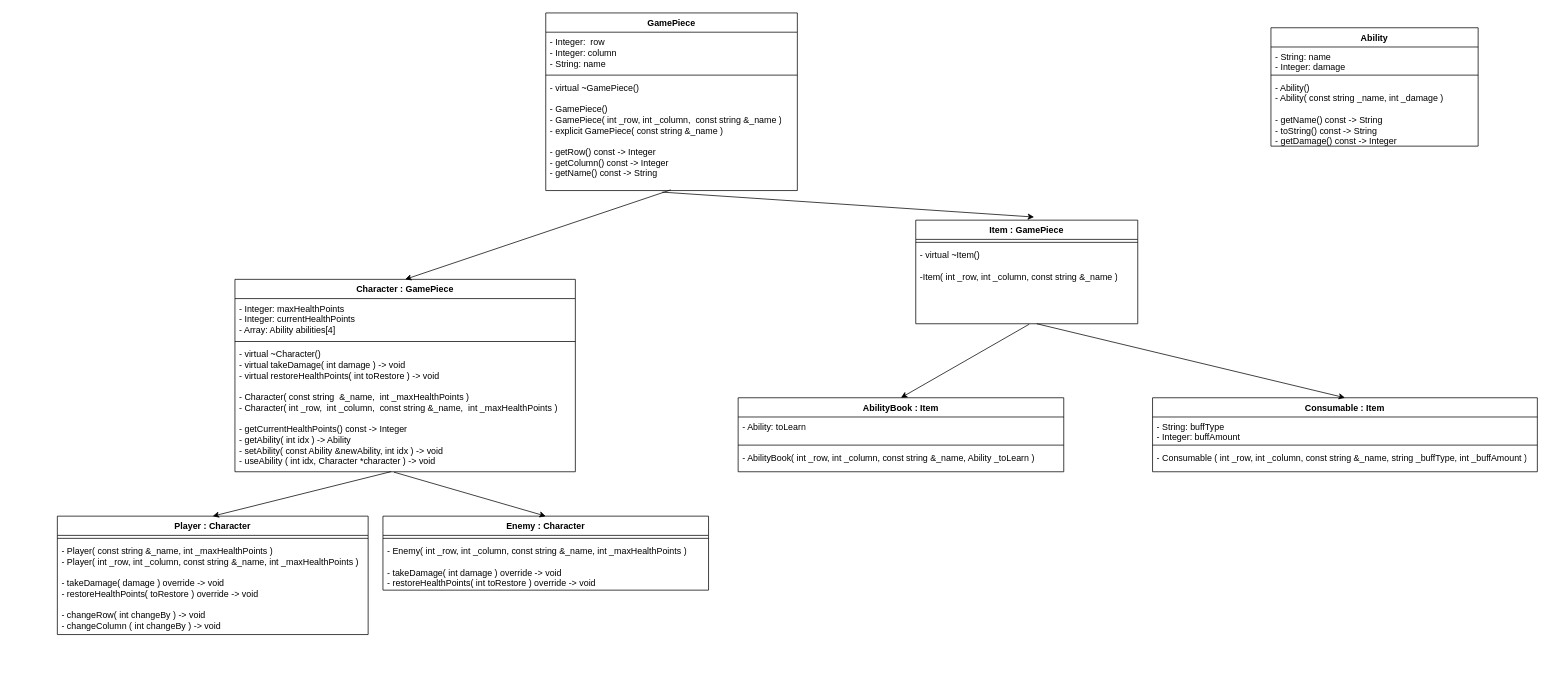
Earlier version of the draw.io diagram cli_game.drawio (klovelace21/cli_game). Source tidied: cells renumbered, new cells numbered last; positions are measured from the earlier drawing's top-left corner, leaving out a move shared by most shapes. Both pictures are drawn from the tidied source at 74%, with x=0, y=0 at pixel (57, 13).
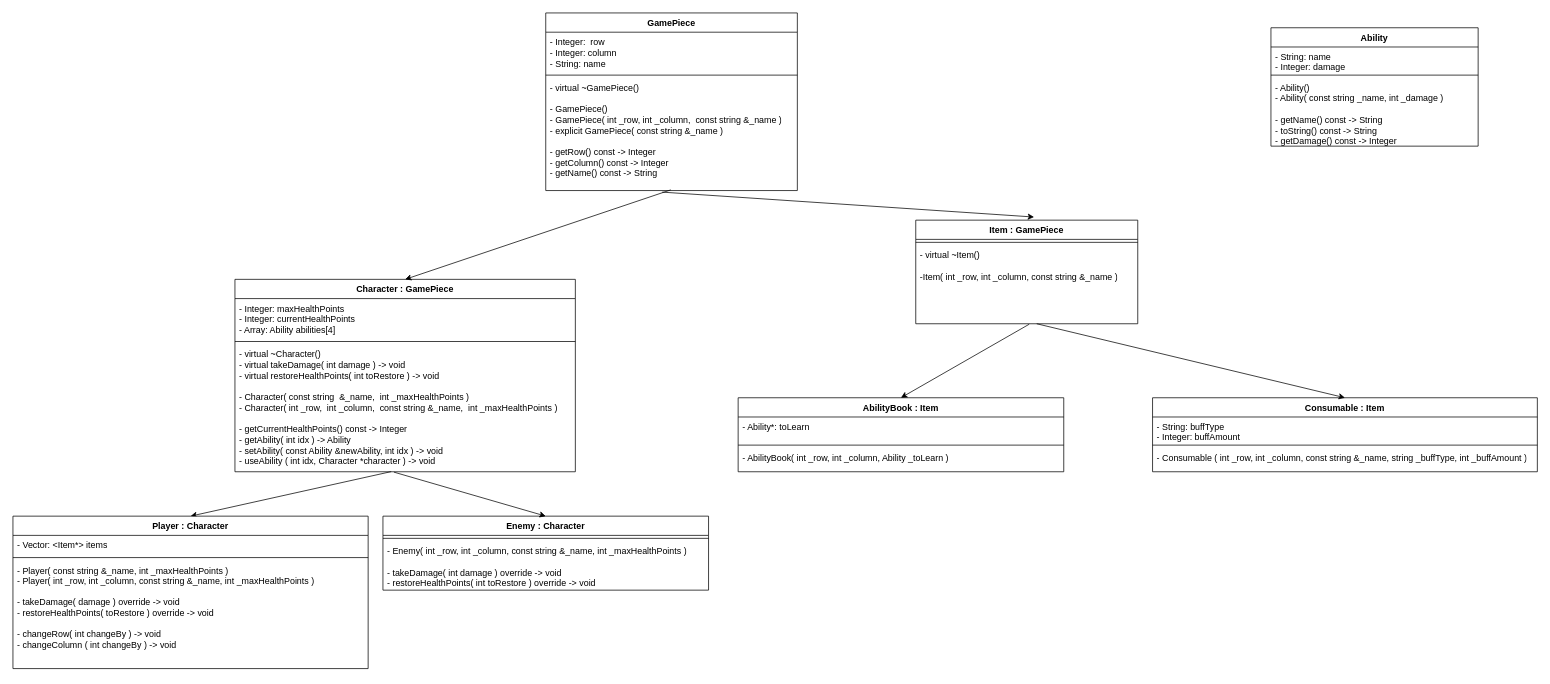
After the change.

Commit message (it also covers changes not shown here):
Player items vector init

The change refers to these unchanged cells:
```xml
<mxCell id="9" value="- virtual ~Character()&lt;br&gt;- virtual takeDamage( int damage ) -&amp;gt; void&lt;br style=&quot;border-color: var(--border-color);&quot;&gt;- virtual restoreHealthPoints( int toRestore ) -&amp;gt; void&lt;br&gt;&lt;br&gt;- Character( const string&amp;nbsp; &amp;amp;_name,&amp;nbsp; int _maxHealthPoints )&lt;br&gt;- Character( int _row,&amp;nbsp; int _column,&amp;nbsp; const string &amp;amp;_name,&amp;nbsp; int _maxHealthPoints )&lt;br&gt;&lt;br&gt;- getCurrentHealthPoints() const -&amp;gt; Integer&lt;br&gt;- getAbility( int idx ) -&amp;gt; Ability&lt;br&gt;- setAbility( const Ability &amp;amp;newAbility, int idx ) -&amp;gt; void&lt;br&gt;- useAbility ( int idx, Character *character ) -&amp;gt; void" style="text;strokeColor=none;fillColor=none;align=left;verticalAlign=top;spacingLeft=4;spacingRight=4;overflow=hidden;points=[[0,0.5],[1,0.5]];portConstraint=eastwest;whiteSpace=wrap;html=1;" parent="6" vertex="1">
  <mxGeometry y="88" width="460" height="172" as="geometry" />
</mxCell>
<mxCell id="23" value="AbilityBook : Item" style="swimlane;fontStyle=1;align=center;verticalAlign=top;horizontal=1;startSize=26;whiteSpace=wrap;html=1;" parent="1" vertex="1">
  <mxGeometry x="920" y="520" width="440" height="100" as="geometry" />
</mxCell>
```

Change to the diagram source:
```diff
@@
-    <mxCell id="11" value="Player : Character" style="swimlane;fontStyle=1;align=center;verticalAlign=top;horizontal=1;startSize=26;whiteSpace=wrap;html=1;" parent="1" vertex="1">
-      <mxGeometry y="680" width="420" height="160" as="geometry" />
-    </mxCell>
-    <mxCell id="12" style="line;strokeWidth=1;fillColor=none;align=left;verticalAlign=middle;spacingTop=-1;spacingLeft=3;spacingRight=3;labelPosition=right;strokeColor=inherit;" parent="11" vertex="1">
-      <mxGeometry y="26" width="420" height="8" as="geometry" />
-    </mxCell>
-    <mxCell id="13" value="- Player( const string &amp;amp;_name, int _maxHealthPoints )&lt;br&gt;- Player( int _row, int _column, const string &amp;amp;_name, int _maxHealthPoints )&lt;br&gt;&lt;br&gt;- takeDamage( damage ) override -&amp;gt; void&lt;br&gt;- restoreHealthPoints( toRestore ) override -&amp;gt; void&lt;br&gt;&lt;br&gt;- changeRow( int changeBy ) -&amp;gt; void&lt;br&gt;- changeColumn ( int changeBy ) -&amp;gt; void" style="text;strokeColor=none;fillColor=none;align=left;verticalAlign=top;spacingLeft=4;spacingRight=4;overflow=hidden;whiteSpace=wrap;html=1;" parent="11" vertex="1">
-      <mxGeometry y="34" width="420" height="126" as="geometry" />
-    </mxCell>
@@
-    <mxCell id="17" style="endArrow=classic;html=1;rounded=0;entryX=0.5;entryY=0;entryDx=0;entryDy=0;exitX=0.459;exitY=0.999;exitDx=0;exitDy=0;exitPerimeter=0;" parent="1" edge="1" source="9" target="11">
+    <mxCell id="17" style="endArrow=classic;html=1;rounded=0;exitX=0.459;exitY=0.999;exitDx=0;exitDy=0;exitPerimeter=0;entryX=0.5;entryY=0;entryDx=0;entryDy=0;" parent="1" edge="1" source="9" target="11">
       <mxGeometry relative="1" as="geometry" />
     </mxCell>
@@
-    <mxCell id="24" value="- Ability: toLearn" style="text;strokeColor=none;fillColor=none;align=left;verticalAlign=top;spacingLeft=4;spacingRight=4;overflow=hidden;whiteSpace=wrap;html=1;" parent="23" vertex="1">
+    <mxCell id="24" value="- Ability*: toLearn" style="text;strokeColor=none;fillColor=none;align=left;verticalAlign=top;spacingLeft=4;spacingRight=4;overflow=hidden;whiteSpace=wrap;html=1;" parent="23" vertex="1">
       <mxGeometry y="26" width="440" height="34" as="geometry" />
     </mxCell>
@@
-    <mxCell id="26" value="- AbilityBook( int _row, int _column, const string &amp;amp;_name, Ability _toLearn )" style="text;strokeColor=none;fillColor=none;align=left;verticalAlign=top;spacingLeft=4;spacingRight=4;overflow=hidden;whiteSpace=wrap;html=1;" parent="23" vertex="1">
+    <mxCell id="26" value="- AbilityBook( int _row, int _column, Ability _toLearn )" style="text;strokeColor=none;fillColor=none;align=left;verticalAlign=top;spacingLeft=4;spacingRight=4;overflow=hidden;whiteSpace=wrap;html=1;" parent="23" vertex="1">
       <mxGeometry y="68" width="440" height="32" as="geometry" />
     </mxCell>
@@
+    <mxCell id="11" value="Player : Character" style="swimlane;fontStyle=1;align=center;verticalAlign=top;horizontal=1;startSize=26;whiteSpace=wrap;html=1;" parent="1" vertex="1">
+      <mxGeometry x="-60" y="680" width="480" height="206" as="geometry" />
+    </mxCell>
+    <mxCell id="37" value="- Vector: &amp;lt;Item*&amp;gt; items" style="text;strokeColor=none;fillColor=none;align=left;verticalAlign=top;spacingLeft=4;spacingRight=4;overflow=hidden;whiteSpace=wrap;html=1;" parent="11" vertex="1">
+      <mxGeometry y="26" width="480" height="26" as="geometry" />
+    </mxCell>
+    <mxCell id="38" style="line;strokeWidth=1;fillColor=none;align=left;verticalAlign=middle;spacingTop=-1;spacingLeft=3;spacingRight=3;labelPosition=right;strokeColor=inherit;" parent="11" vertex="1">
+      <mxGeometry y="52" width="480" height="8" as="geometry" />
+    </mxCell>
+    <mxCell id="13" value="- Player( const string &amp;amp;_name, int _maxHealthPoints )&lt;br&gt;- Player( int _row, int _column, const string &amp;amp;_name, int _maxHealthPoints )&lt;br&gt;&lt;br&gt;- takeDamage( damage ) override -&amp;gt; void&lt;br&gt;- restoreHealthPoints( toRestore ) override -&amp;gt; void&lt;br&gt;&lt;br&gt;- changeRow( int changeBy ) -&amp;gt; void&lt;br&gt;- changeColumn ( int changeBy ) -&amp;gt; void" style="text;strokeColor=none;fillColor=none;align=left;verticalAlign=top;spacingLeft=4;spacingRight=4;overflow=hidden;whiteSpace=wrap;html=1;" parent="11" vertex="1">
+      <mxGeometry y="60" width="480" height="146" as="geometry" />
+    </mxCell>
```
